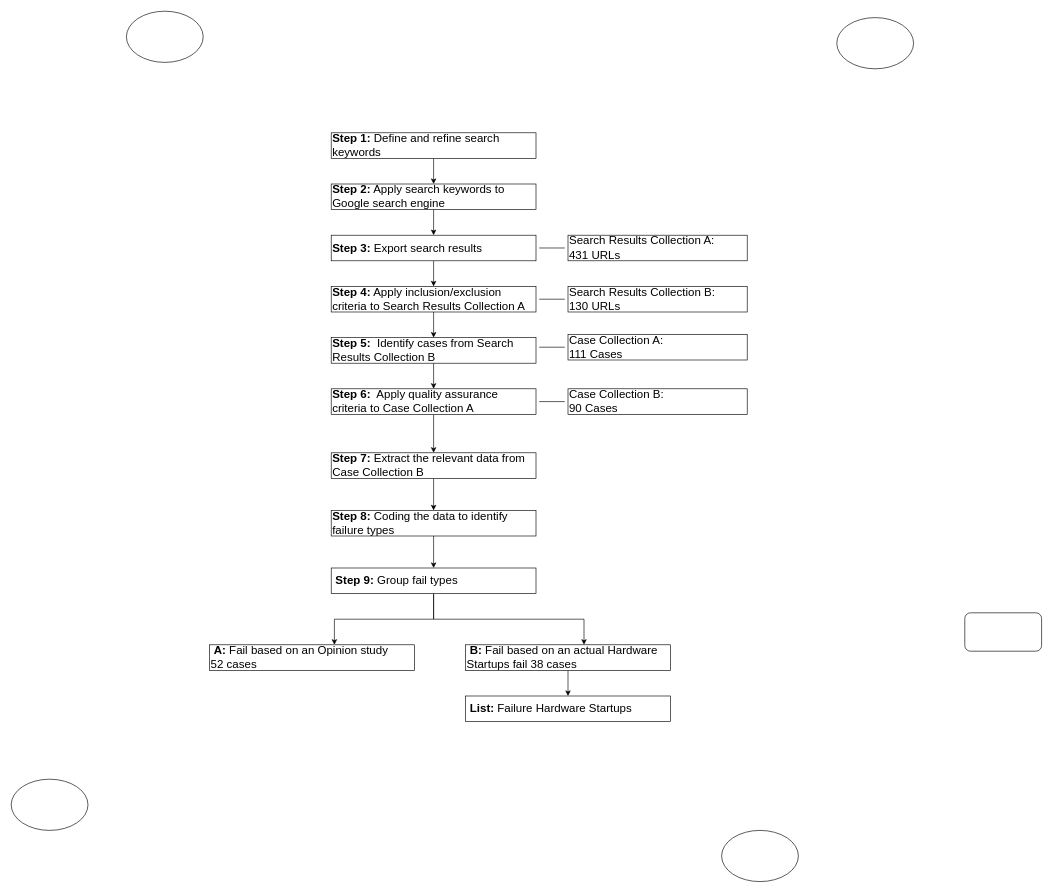
Above: Diagrams/Diagram.drawio in HeiderJeffer/Gilgamesh (draw.io), before the change. Source tidied: cells renumbered, new cells numbered last; positions are measured from the earlier drawing's top-left corner, leaving out a move shared by most shapes. Both pictures are drawn from the tidied source at 64%, with x=0, y=0 at pixel (11, 11).
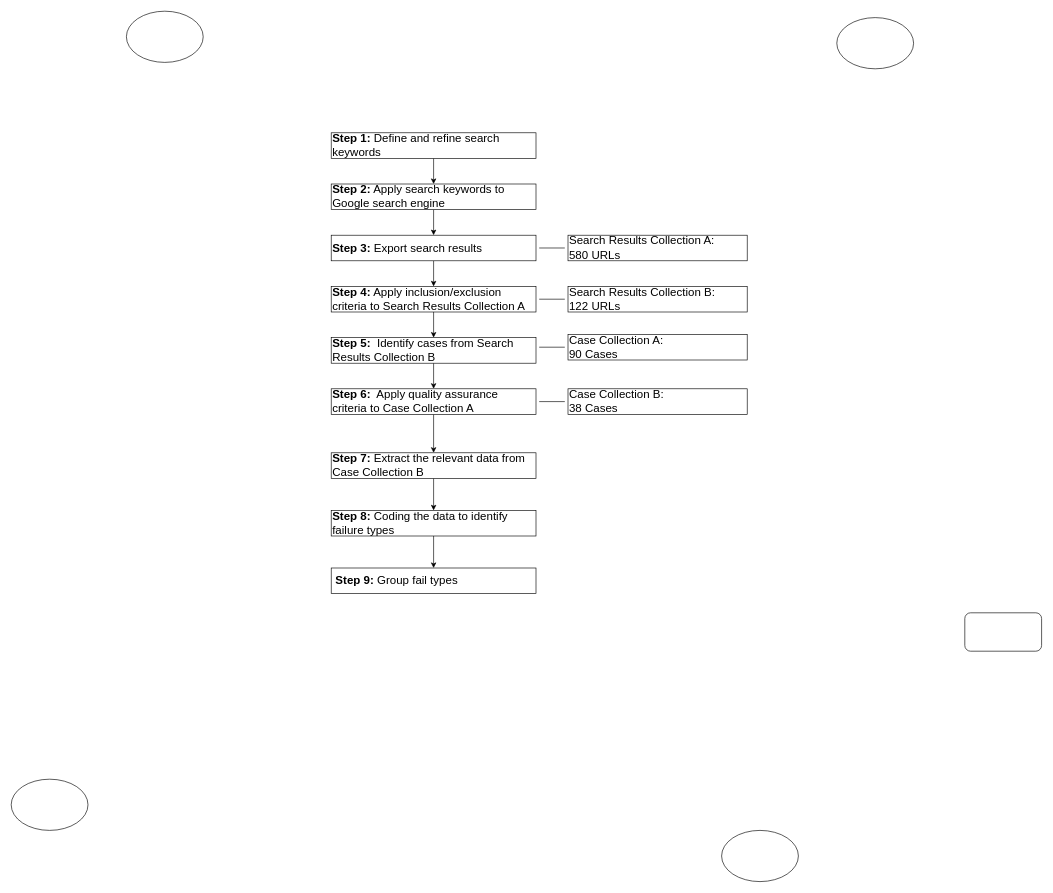
The same diagram, later.

The change refers to these unchanged cells:
```xml
<mxCell id="20" value="&lt;font style=&quot;font-size: 18px&quot;&gt;&lt;b&gt;&amp;nbsp;Step 9:&amp;nbsp;&lt;/b&gt;Group fail types&lt;/font&gt;" style="rounded=0;whiteSpace=wrap;html=1;align=left;" parent="1" vertex="1">
  <mxGeometry x="500" y="870" width="320" height="40" as="geometry" />
</mxCell>
```

What changed in the source:
```diff
@@
-    <mxCell id="18" style="edgeStyle=orthogonalEdgeStyle;rounded=0;jettySize=auto;html=1;" parent="1" edge="1" source="20" target="26">
-      <mxGeometry relative="1" as="geometry">
-        <Array as="points">
-          <mxPoint x="660" y="950" />
-          <mxPoint x="895" y="950" />
-        </Array>
-      </mxGeometry>
-    </mxCell>
-    <mxCell id="19" style="edgeStyle=orthogonalEdgeStyle;rounded=0;jettySize=auto;html=1;exitX=0.5;exitY=1;exitDx=0;exitDy=0;" parent="1" edge="1" source="20" target="27">
-      <mxGeometry relative="1" as="geometry">
-        <Array as="points">
-          <mxPoint x="660" y="950" />
-          <mxPoint x="505" y="950" />
-        </Array>
-      </mxGeometry>
-    </mxCell>
@@
-    <mxCell id="21" value="&lt;font style=&quot;font-size: 18px&quot;&gt;Search Results Collection A:&lt;br&gt;431 URLs&lt;/font&gt;" style="rounded=0;whiteSpace=wrap;html=1;align=left;" parent="1" vertex="1">
+    <mxCell id="21" value="&lt;font style=&quot;font-size: 18px&quot;&gt;Search Results Collection A:&lt;br&gt;580 URLs&lt;/font&gt;" style="rounded=0;whiteSpace=wrap;html=1;align=left;" parent="1" vertex="1">
       <mxGeometry x="870" y="350" width="280" height="40" as="geometry" />
     </mxCell>
-    <mxCell id="22" value="&lt;font style=&quot;font-size: 18px&quot;&gt;Search Results Collection B:&lt;br&gt;130 URLs&lt;/font&gt;" style="rounded=0;whiteSpace=wrap;html=1;align=left;" parent="1" vertex="1">
+    <mxCell id="22" value="&lt;font style=&quot;font-size: 18px&quot;&gt;Search Results Collection B:&lt;br&gt;122 URLs&lt;/font&gt;" style="rounded=0;whiteSpace=wrap;html=1;align=left;" parent="1" vertex="1">
       <mxGeometry x="870" y="430" width="280" height="40" as="geometry" />
     </mxCell>
-    <mxCell id="23" value="&lt;font style=&quot;font-size: 18px&quot;&gt;Case Collection A:&lt;br&gt;111 Cases&lt;/font&gt;" style="rounded=0;whiteSpace=wrap;html=1;align=left;" parent="1" vertex="1">
+    <mxCell id="23" value="&lt;font style=&quot;font-size: 18px&quot;&gt;Case Collection A:&lt;br&gt;90 Cases&lt;/font&gt;" style="rounded=0;whiteSpace=wrap;html=1;align=left;" parent="1" vertex="1">
       <mxGeometry x="870" y="505" width="280" height="40" as="geometry" />
     </mxCell>
-    <mxCell id="24" value="&lt;font style=&quot;font-size: 18px&quot;&gt;Case Collection B:&lt;br&gt;90 Cases&lt;/font&gt;" style="rounded=0;whiteSpace=wrap;html=1;align=left;" parent="1" vertex="1">
+    <mxCell id="24" value="&lt;font style=&quot;font-size: 18px&quot;&gt;Case Collection B:&lt;br&gt;38 Cases&lt;/font&gt;" style="rounded=0;whiteSpace=wrap;html=1;align=left;" parent="1" vertex="1">
       <mxGeometry x="870" y="590" width="280" height="40" as="geometry" />
     </mxCell>
-    <mxCell id="25" style="edgeStyle=orthogonalEdgeStyle;rounded=0;jettySize=auto;html=1;entryX=0.5;entryY=0;entryDx=0;entryDy=0;" parent="1" edge="1" source="26" target="28">
-      <mxGeometry relative="1" as="geometry" />
-    </mxCell>
-    <mxCell id="26" value="&lt;span style=&quot;font-size: 18px&quot;&gt;&lt;b&gt;&amp;nbsp;B:&lt;/b&gt; Fail based on an actual Hardware Startups fail 38 cases&lt;/span&gt;" style="rounded=0;whiteSpace=wrap;html=1;align=left;" parent="1" vertex="1">
-      <mxGeometry x="710" y="990" width="320" height="40" as="geometry" />
-    </mxCell>
-    <mxCell id="27" value="&lt;span style=&quot;font-size: 18px&quot;&gt;&lt;b&gt;&amp;nbsp;A:&lt;/b&gt; Fail based on an Opinion study&lt;br&gt;52 cases&lt;br&gt;&lt;/span&gt;" style="rounded=0;whiteSpace=wrap;html=1;align=left;" parent="1" vertex="1">
-      <mxGeometry x="310" y="990" width="320" height="40" as="geometry" />
-    </mxCell>
-    <mxCell id="28" value="&lt;span style=&quot;font-size: 18px&quot;&gt;&amp;nbsp;&lt;b&gt;List: &lt;/b&gt;Failure&amp;nbsp;Hardware Startups&lt;/span&gt;" style="rounded=0;whiteSpace=wrap;html=1;align=left;" parent="1" vertex="1">
-      <mxGeometry x="710" y="1070" width="320" height="40" as="geometry" />
-    </mxCell>
```
